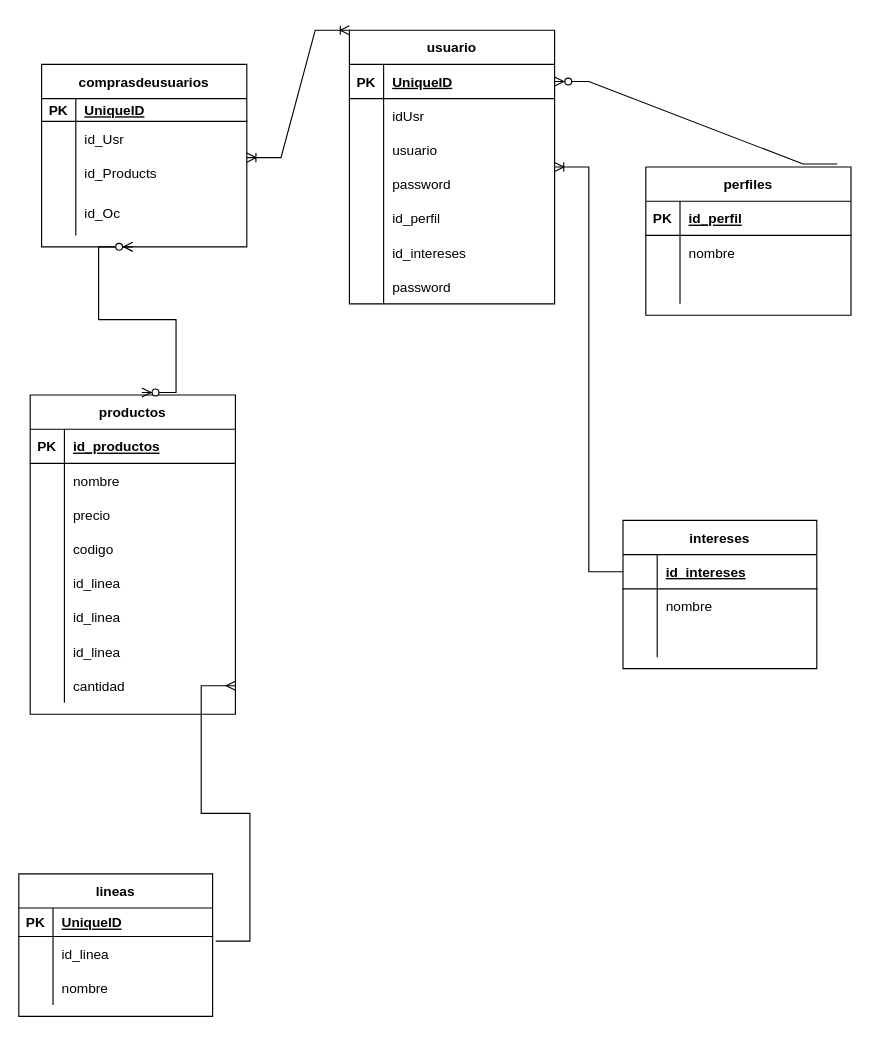
This is diagrams_ecohoney.drawio from Heidymarg/grupo_9_ecohoney, a draw.io file, before an edit. Source tidied: cells renumbered, new cells numbered last; positions are measured from the earlier drawing's top-left corner, leaving out a move shared by most shapes. Both pictures are drawn from the tidied source at 114%, with x=0, y=0 at pixel (18, 30).
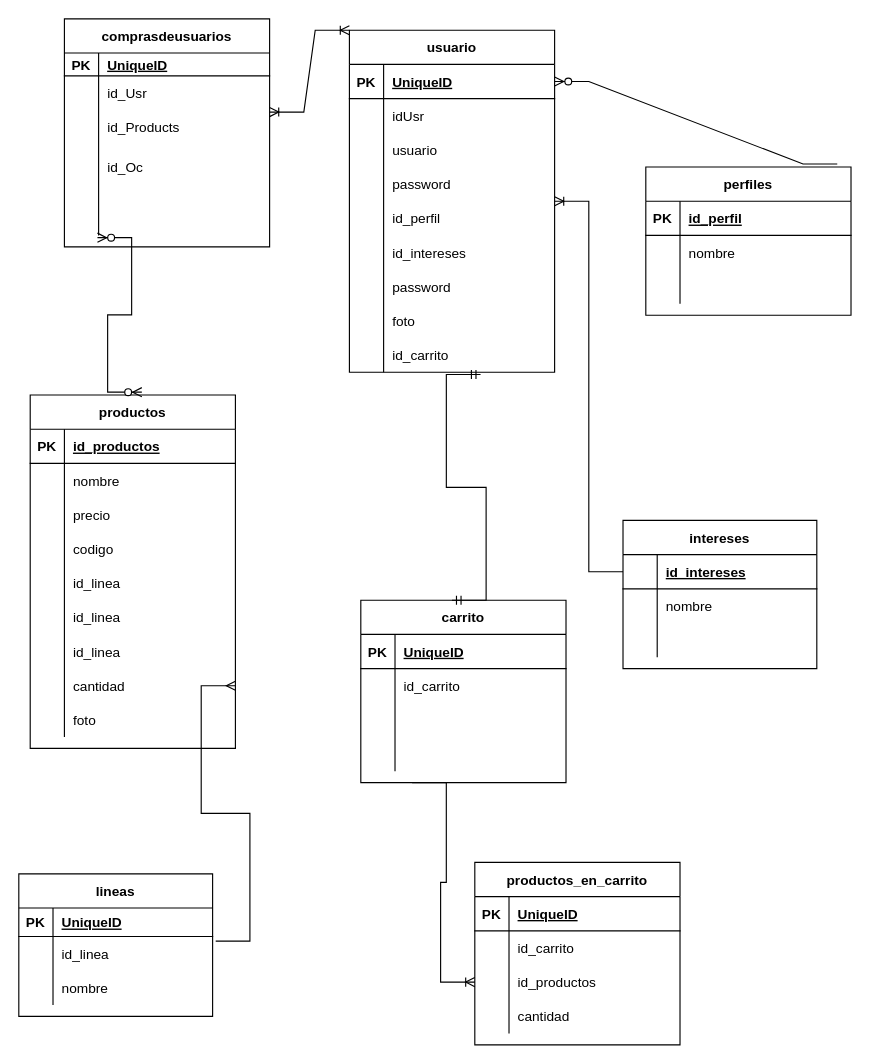
The same page after the edit.

The edit, as a diff of the source:
```diff
@@
     <mxCell id="2" value="comprasdeusuarios" style="shape=table;startSize=30;childLayout=tableLayout;rowLines=0;fontStyle=1;align=center;" parent="1" vertex="1">
-      <mxGeometry x="20" y="30" width="180" height="160" as="geometry" />
+      <mxGeometry x="40" y="-10" width="180" height="200" as="geometry" />
     </mxCell>
@@
+    <mxCell id="97" style="shape=partialRectangle;fillColor=none;top=0;left=0;bottom=0;right=0;points=[[0,0.5],[1,0.5]];portConstraint=eastwest;" parent="2" vertex="1">
+      <mxGeometry y="150" width="180" height="40" as="geometry" />
+    </mxCell>
+    <mxCell id="98" style="shape=partialRectangle;fillColor=none;top=0;left=0;bottom=0;right=0;overflow=hidden;" parent="97" vertex="1">
+      <mxGeometry width="30" height="40" as="geometry" />
+    </mxCell>
+    <mxCell id="99" style="shape=partialRectangle;fillColor=none;top=0;left=0;bottom=0;right=0;align=left;spacingLeft=6;overflow=hidden;" parent="97" vertex="1">
+      <mxGeometry x="30" width="150" height="40" as="geometry" />
+    </mxCell>
     <mxCell id="15" value="usuario" style="shape=table;startSize=30;childLayout=tableLayout;rowLines=0;fontStyle=1;align=center;" parent="1" vertex="1">
-      <mxGeometry x="290" width="180" height="240" as="geometry" />
+      <mxGeometry x="290" width="180" height="300" as="geometry" />
     </mxCell>
@@
+    <mxCell id="100" style="shape=partialRectangle;fillColor=none;top=0;left=0;bottom=0;right=0;" parent="15" vertex="1">
+      <mxGeometry y="240" width="180" height="30" as="geometry" />
+    </mxCell>
+    <mxCell id="101" value="&#10;&#10;&#10;&#10;&#10;                " style="shape=partialRectangle;fillColor=none;top=0;left=0;bottom=0;right=0;overflow=hidden;" parent="100" vertex="1">
+      <mxGeometry width="30" height="30" as="geometry" />
+    </mxCell>
+    <mxCell id="102" value="foto" style="shape=partialRectangle;fillColor=none;top=0;left=0;bottom=0;right=0;align=left;spacingLeft=6;overflow=hidden;" parent="100" vertex="1">
+      <mxGeometry x="30" width="150" height="30" as="geometry" />
+    </mxCell>
+    <mxCell id="103" style="shape=partialRectangle;fillColor=none;top=0;left=0;bottom=0;right=0;points=[[0,0.5],[1,0.5]];portConstraint=eastwest;" parent="15" vertex="1">
+      <mxGeometry y="270" width="180" height="30" as="geometry" />
+    </mxCell>
+    <mxCell id="104" value="&#10;&#10;&#10;&#10;&#10;                " style="shape=partialRectangle;fillColor=none;top=0;left=0;bottom=0;right=0;overflow=hidden;" parent="103" vertex="1">
+      <mxGeometry width="30" height="30" as="geometry" />
+    </mxCell>
+    <mxCell id="105" value="id_carrito" style="shape=partialRectangle;fillColor=none;top=0;left=0;bottom=0;right=0;align=left;spacingLeft=6;overflow=hidden;" parent="103" vertex="1">
+      <mxGeometry x="30" width="150" height="30" as="geometry" />
+    </mxCell>
@@
     <mxCell id="57" value="productos" style="shape=table;startSize=30;childLayout=tableLayout;rowLines=0;fontStyle=1;align=center;" parent="1" vertex="1">
-      <mxGeometry x="10" y="320" width="180" height="280" as="geometry" />
+      <mxGeometry x="10" y="320" width="180" height="310" as="geometry" />
     </mxCell>
@@
+    <mxCell id="106" style="shape=partialRectangle;fillColor=none;top=0;left=0;bottom=0;right=0;" parent="57" vertex="1">
+      <mxGeometry y="270" width="180" height="30" as="geometry" />
+    </mxCell>
+    <mxCell id="107" style="shape=partialRectangle;fillColor=none;top=0;left=0;bottom=0;right=0;overflow=hidden;" parent="106" vertex="1">
+      <mxGeometry width="30" height="30" as="geometry" />
+    </mxCell>
+    <mxCell id="108" value="foto" style="shape=partialRectangle;fillColor=none;top=0;left=0;bottom=0;right=0;align=left;spacingLeft=6;overflow=hidden;" parent="106" vertex="1">
+      <mxGeometry x="30" width="150" height="30" as="geometry" />
+    </mxCell>
@@
-    <mxCell id="94" style="edgeStyle=entityRelationEdgeStyle;fontSize=12;html=1;endArrow=ERzeroToMany;endFill=1;startArrow=ERzeroToMany;rounded=0;exitX=0.544;exitY=-0.008;exitDx=0;exitDy=0;exitPerimeter=0;" parent="1" edge="1" source="57">
-      <mxGeometry relative="1" as="geometry">
-        <mxPoint x="100" y="190" as="targetPoint" />
-      </mxGeometry>
+    <mxCell id="94" style="edgeStyle=entityRelationEdgeStyle;fontSize=12;html=1;endArrow=ERzeroToMany;endFill=1;startArrow=ERzeroToMany;rounded=0;exitX=0.544;exitY=-0.008;exitDx=0;exitDy=0;exitPerimeter=0;entryX=0.161;entryY=1.05;entryDx=0;entryDy=0;entryPerimeter=0;" parent="1" edge="1" source="57" target="97">
+      <mxGeometry relative="1" as="geometry" />
     </mxCell>
@@
+    <mxCell id="109" value="carrito" style="shape=table;startSize=30;childLayout=tableLayout;rowLines=0;fontStyle=1;align=center;" parent="1" vertex="1">
+      <mxGeometry x="300" y="500" width="180" height="160" as="geometry" />
+    </mxCell>
+    <mxCell id="110" style="shape=partialRectangle;fillColor=none;top=0;left=0;bottom=1;right=0;" parent="109" vertex="1">
+      <mxGeometry y="30" width="180" height="30" as="geometry" />
+    </mxCell>
+    <mxCell id="111" value="PK" style="shape=partialRectangle;fillColor=none;top=0;left=0;bottom=0;right=0;fontStyle=1;overflow=hidden;" parent="110" vertex="1">
+      <mxGeometry width="30" height="30" as="geometry" />
+    </mxCell>
+    <mxCell id="112" value="UniqueID" style="shape=partialRectangle;fillColor=none;top=0;left=0;bottom=0;right=0;align=left;spacingLeft=6;fontStyle=5;overflow=hidden;" parent="110" vertex="1">
+      <mxGeometry x="30" width="150" height="30" as="geometry" />
+    </mxCell>
+    <mxCell id="113" style="shape=partialRectangle;fillColor=none;top=0;left=0;bottom=0;right=0;" parent="109" vertex="1">
+      <mxGeometry y="60" width="180" height="30" as="geometry" />
+    </mxCell>
+    <mxCell id="114" style="shape=partialRectangle;fillColor=none;top=0;left=0;bottom=0;right=0;overflow=hidden;" parent="113" vertex="1">
+      <mxGeometry width="30" height="30" as="geometry" />
+    </mxCell>
+    <mxCell id="115" value="id_carrito" style="shape=partialRectangle;fillColor=none;top=0;left=0;bottom=0;right=0;align=left;spacingLeft=6;overflow=hidden;" parent="113" vertex="1">
+      <mxGeometry x="30" width="150" height="30" as="geometry" />
+    </mxCell>
+    <mxCell id="116" style="shape=partialRectangle;fillColor=none;top=0;left=0;bottom=0;right=0;" parent="109" vertex="1">
+      <mxGeometry y="90" width="180" height="30" as="geometry" />
+    </mxCell>
+    <mxCell id="117" style="shape=partialRectangle;fillColor=none;top=0;left=0;bottom=0;right=0;overflow=hidden;" parent="116" vertex="1">
+      <mxGeometry width="30" height="30" as="geometry" />
+    </mxCell>
+    <mxCell id="118" style="shape=partialRectangle;fillColor=none;top=0;left=0;bottom=0;right=0;align=left;spacingLeft=6;overflow=hidden;" parent="116" vertex="1">
+      <mxGeometry x="30" width="150" height="30" as="geometry" />
+    </mxCell>
+    <mxCell id="119" style="shape=partialRectangle;fillColor=none;top=0;left=0;bottom=0;right=0;" parent="109" vertex="1">
+      <mxGeometry y="120" width="180" height="30" as="geometry" />
+    </mxCell>
+    <mxCell id="120" style="shape=partialRectangle;fillColor=none;top=0;left=0;bottom=0;right=0;overflow=hidden;" parent="119" vertex="1">
+      <mxGeometry width="30" height="30" as="geometry" />
+    </mxCell>
+    <mxCell id="121" style="shape=partialRectangle;fillColor=none;top=0;left=0;bottom=0;right=0;align=left;spacingLeft=6;overflow=hidden;" parent="119" vertex="1">
+      <mxGeometry x="30" width="150" height="30" as="geometry" />
+    </mxCell>
+    <mxCell id="122" style="edgeStyle=entityRelationEdgeStyle;fontSize=12;html=1;endArrow=ERmandOne;startArrow=ERmandOne;rounded=0;exitX=0.444;exitY=0;exitDx=0;exitDy=0;exitPerimeter=0;entryX=0.639;entryY=1.067;entryDx=0;entryDy=0;entryPerimeter=0;" parent="1" edge="1" source="109" target="103">
+      <mxGeometry relative="1" as="geometry" />
+    </mxCell>
+    <mxCell id="123" value="productos_en_carrito" style="shape=table;startSize=30;childLayout=tableLayout;rowLines=0;fontStyle=1;align=center;" parent="1" vertex="1">
+      <mxGeometry x="400" y="730" width="180" height="160" as="geometry" />
+    </mxCell>
+    <mxCell id="124" style="shape=partialRectangle;fillColor=none;top=0;left=0;bottom=1;right=0;" parent="123" vertex="1">
+      <mxGeometry y="30" width="180" height="30" as="geometry" />
+    </mxCell>
+    <mxCell id="125" value="PK" style="shape=partialRectangle;fillColor=none;top=0;left=0;bottom=0;right=0;fontStyle=1;overflow=hidden;" parent="124" vertex="1">
+      <mxGeometry width="30" height="30" as="geometry" />
+    </mxCell>
+    <mxCell id="126" value="UniqueID" style="shape=partialRectangle;fillColor=none;top=0;left=0;bottom=0;right=0;align=left;spacingLeft=6;fontStyle=5;overflow=hidden;" parent="124" vertex="1">
+      <mxGeometry x="30" width="150" height="30" as="geometry" />
+    </mxCell>
+    <mxCell id="127" style="shape=partialRectangle;fillColor=none;top=0;left=0;bottom=0;right=0;" parent="123" vertex="1">
+      <mxGeometry y="60" width="180" height="30" as="geometry" />
+    </mxCell>
+    <mxCell id="128" style="shape=partialRectangle;fillColor=none;top=0;left=0;bottom=0;right=0;overflow=hidden;" parent="127" vertex="1">
+      <mxGeometry width="30" height="30" as="geometry" />
+    </mxCell>
+    <mxCell id="129" value="id_carrito" style="shape=partialRectangle;fillColor=none;top=0;left=0;bottom=0;right=0;align=left;spacingLeft=6;overflow=hidden;" parent="127" vertex="1">
+      <mxGeometry x="30" width="150" height="30" as="geometry" />
+    </mxCell>
+    <mxCell id="130" style="shape=partialRectangle;fillColor=none;top=0;left=0;bottom=0;right=0;points=[[0,0.5],[1,0.5]];portConstraint=eastwest;" parent="123" vertex="1">
+      <mxGeometry y="90" width="180" height="30" as="geometry" />
+    </mxCell>
+    <mxCell id="131" style="shape=partialRectangle;fillColor=none;top=0;left=0;bottom=0;right=0;overflow=hidden;" parent="130" vertex="1">
+      <mxGeometry width="30" height="30" as="geometry" />
+    </mxCell>
+    <mxCell id="132" value="id_productos" style="shape=partialRectangle;fillColor=none;top=0;left=0;bottom=0;right=0;align=left;spacingLeft=6;overflow=hidden;" parent="130" vertex="1">
+      <mxGeometry x="30" width="150" height="30" as="geometry" />
+    </mxCell>
+    <mxCell id="133" style="shape=partialRectangle;fillColor=none;top=0;left=0;bottom=0;right=0;" parent="123" vertex="1">
+      <mxGeometry y="120" width="180" height="30" as="geometry" />
+    </mxCell>
+    <mxCell id="134" style="shape=partialRectangle;fillColor=none;top=0;left=0;bottom=0;right=0;overflow=hidden;" parent="133" vertex="1">
+      <mxGeometry width="30" height="30" as="geometry" />
+    </mxCell>
+    <mxCell id="135" value="cantidad" style="shape=partialRectangle;fillColor=none;top=0;left=0;bottom=0;right=0;align=left;spacingLeft=6;overflow=hidden;" parent="133" vertex="1">
+      <mxGeometry x="30" width="150" height="30" as="geometry" />
+    </mxCell>
+    <mxCell id="136" style="edgeStyle=entityRelationEdgeStyle;fontSize=12;html=1;endArrow=ERoneToMany;rounded=0;entryX=0;entryY=0.5;entryDx=0;entryDy=0;exitX=0.25;exitY=1;exitDx=0;exitDy=0;" parent="1" edge="1" source="109" target="130">
+      <mxGeometry relative="1" as="geometry" />
+    </mxCell>
```
